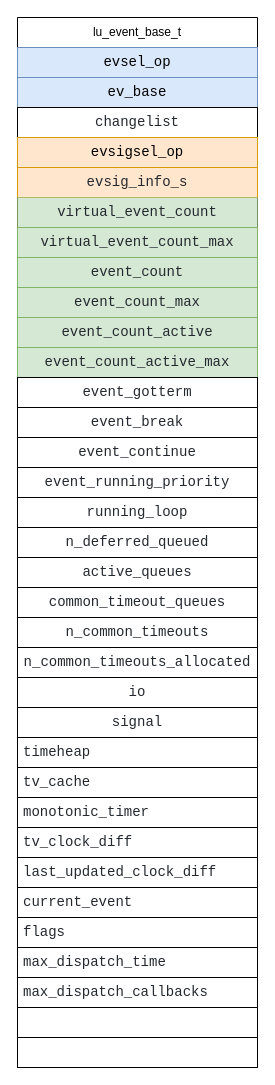
The draw.io diagram draw_image/lu_event_base_t.drawio in hesphoros/luevent, before the edit. Source tidied: cells renumbered, new cells numbered last; positions are measured from the earlier drawing's top-left corner, leaving out a move shared by most shapes. Both pictures are drawn from the tidied source at 100%, with x=0, y=0 at pixel (17, 17).
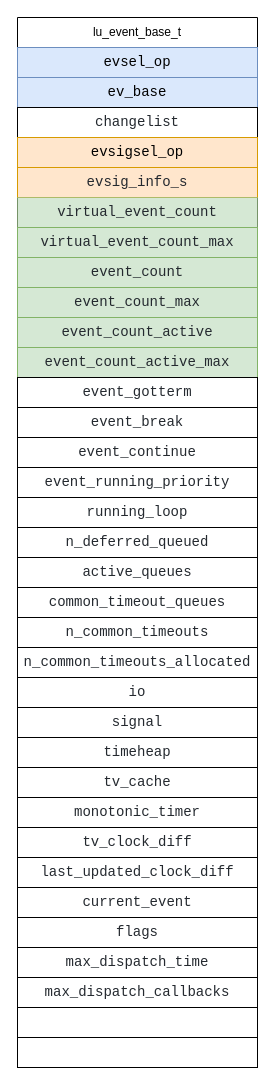
The same page after the edit.

The change refers to these unchanged cells:
```xml
<mxCell id="2" value="lu_event_base_t" style="swimlane;fontStyle=0;horizontal=1;startSize=30;whiteSpace=wrap;html=1;align=center;" parent="1" vertex="1">
  <mxGeometry width="240" height="1050" as="geometry" />
</mxCell>
```

Diff of the diagram source:
```diff
@@
-    <mxCell id="26" value="&lt;div style=&quot;color: rgb(36, 41, 47); font-family: &amp;quot;JetBrains Mono&amp;quot;, Consolas, &amp;quot;Courier New&amp;quot;, monospace; font-size: 14px; line-height: 19px;&quot;&gt;&lt;div style=&quot;line-height: 19px;&quot;&gt;&lt;div style=&quot;background-color: rgb(255, 255, 255); line-height: 19px;&quot;&gt;timeheap&lt;/div&gt;&lt;/div&gt;&lt;/div&gt;" style="text;align=left;verticalAlign=middle;spacingLeft=4;spacingRight=4;overflow=hidden;whiteSpace=wrap;html=1;labelBackgroundColor=none;strokeColor=default;" parent="2" vertex="1">
+    <mxCell id="26" value="&lt;div style=&quot;color: rgb(36, 41, 47); font-family: &amp;quot;JetBrains Mono&amp;quot;, Consolas, &amp;quot;Courier New&amp;quot;, monospace; font-size: 14px; line-height: 19px;&quot;&gt;&lt;div style=&quot;line-height: 19px;&quot;&gt;&lt;div style=&quot;background-color: rgb(255, 255, 255); line-height: 19px;&quot;&gt;timeheap&lt;/div&gt;&lt;/div&gt;&lt;/div&gt;" style="text;align=center;verticalAlign=middle;spacingLeft=4;spacingRight=4;overflow=hidden;whiteSpace=wrap;html=1;labelBackgroundColor=none;strokeColor=default;" parent="2" vertex="1">
       <mxGeometry y="720" width="240" height="30" as="geometry" />
     </mxCell>
-    <mxCell id="27" value="&lt;div style=&quot;color: rgb(36, 41, 47); font-family: &amp;quot;JetBrains Mono&amp;quot;, Consolas, &amp;quot;Courier New&amp;quot;, monospace; font-size: 14px; line-height: 19px;&quot;&gt;&lt;div style=&quot;line-height: 19px;&quot;&gt;&lt;div style=&quot;background-color: rgb(255, 255, 255); line-height: 19px;&quot;&gt;tv_cache&lt;/div&gt;&lt;/div&gt;&lt;/div&gt;" style="text;align=left;verticalAlign=middle;spacingLeft=4;spacingRight=4;overflow=hidden;whiteSpace=wrap;html=1;labelBackgroundColor=none;strokeColor=default;" parent="2" vertex="1">
+    <mxCell id="27" value="&lt;div style=&quot;color: rgb(36, 41, 47); font-family: &amp;quot;JetBrains Mono&amp;quot;, Consolas, &amp;quot;Courier New&amp;quot;, monospace; font-size: 14px; line-height: 19px;&quot;&gt;&lt;div style=&quot;line-height: 19px;&quot;&gt;&lt;div style=&quot;background-color: rgb(255, 255, 255); line-height: 19px;&quot;&gt;tv_cache&lt;/div&gt;&lt;/div&gt;&lt;/div&gt;" style="text;align=center;verticalAlign=middle;spacingLeft=4;spacingRight=4;overflow=hidden;whiteSpace=wrap;html=1;labelBackgroundColor=none;strokeColor=default;" parent="2" vertex="1">
       <mxGeometry y="750" width="240" height="30" as="geometry" />
     </mxCell>
-    <mxCell id="28" value="&lt;div style=&quot;color: rgb(36, 41, 47); font-family: &amp;quot;JetBrains Mono&amp;quot;, Consolas, &amp;quot;Courier New&amp;quot;, monospace; font-size: 14px; line-height: 19px;&quot;&gt;&lt;div style=&quot;line-height: 19px;&quot;&gt;&lt;div style=&quot;background-color: rgb(255, 255, 255); line-height: 19px;&quot;&gt;monotonic_timer&lt;/div&gt;&lt;/div&gt;&lt;/div&gt;" style="text;align=left;verticalAlign=middle;spacingLeft=4;spacingRight=4;overflow=hidden;whiteSpace=wrap;html=1;labelBackgroundColor=none;strokeColor=default;" parent="2" vertex="1">
+    <mxCell id="28" value="&lt;div style=&quot;color: rgb(36, 41, 47); font-family: &amp;quot;JetBrains Mono&amp;quot;, Consolas, &amp;quot;Courier New&amp;quot;, monospace; font-size: 14px; line-height: 19px;&quot;&gt;&lt;div style=&quot;line-height: 19px;&quot;&gt;&lt;div style=&quot;background-color: rgb(255, 255, 255); line-height: 19px;&quot;&gt;monotonic_timer&lt;/div&gt;&lt;/div&gt;&lt;/div&gt;" style="text;align=center;verticalAlign=middle;spacingLeft=4;spacingRight=4;overflow=hidden;whiteSpace=wrap;html=1;labelBackgroundColor=none;strokeColor=default;" parent="2" vertex="1">
       <mxGeometry y="780" width="240" height="30" as="geometry" />
     </mxCell>
-    <mxCell id="29" value="&lt;div style=&quot;color: rgb(36, 41, 47); font-family: &amp;quot;JetBrains Mono&amp;quot;, Consolas, &amp;quot;Courier New&amp;quot;, monospace; font-size: 14px; line-height: 19px;&quot;&gt;&lt;div style=&quot;line-height: 19px;&quot;&gt;&lt;div style=&quot;background-color: rgb(255, 255, 255); line-height: 19px;&quot;&gt;tv_clock_diff&lt;/div&gt;&lt;/div&gt;&lt;/div&gt;" style="text;align=left;verticalAlign=middle;spacingLeft=4;spacingRight=4;overflow=hidden;whiteSpace=wrap;html=1;labelBackgroundColor=none;strokeColor=default;" parent="2" vertex="1">
+    <mxCell id="29" value="&lt;div style=&quot;color: rgb(36, 41, 47); font-family: &amp;quot;JetBrains Mono&amp;quot;, Consolas, &amp;quot;Courier New&amp;quot;, monospace; font-size: 14px; line-height: 19px;&quot;&gt;&lt;div style=&quot;line-height: 19px;&quot;&gt;&lt;div style=&quot;background-color: rgb(255, 255, 255); line-height: 19px;&quot;&gt;tv_clock_diff&lt;/div&gt;&lt;/div&gt;&lt;/div&gt;" style="text;align=center;verticalAlign=middle;spacingLeft=4;spacingRight=4;overflow=hidden;whiteSpace=wrap;html=1;labelBackgroundColor=none;strokeColor=default;" parent="2" vertex="1">
       <mxGeometry y="810" width="240" height="30" as="geometry" />
     </mxCell>
-    <mxCell id="30" value="&lt;div style=&quot;color: rgb(36, 41, 47); font-family: &amp;quot;JetBrains Mono&amp;quot;, Consolas, &amp;quot;Courier New&amp;quot;, monospace; font-size: 14px; line-height: 19px;&quot;&gt;&lt;div style=&quot;line-height: 19px;&quot;&gt;&lt;div style=&quot;background-color: rgb(255, 255, 255); line-height: 19px;&quot;&gt;last_updated_clock_diff&lt;/div&gt;&lt;/div&gt;&lt;/div&gt;" style="text;align=left;verticalAlign=middle;spacingLeft=4;spacingRight=4;overflow=hidden;whiteSpace=wrap;html=1;labelBackgroundColor=none;strokeColor=default;" parent="2" vertex="1">
+    <mxCell id="30" value="&lt;div style=&quot;color: rgb(36, 41, 47); font-family: &amp;quot;JetBrains Mono&amp;quot;, Consolas, &amp;quot;Courier New&amp;quot;, monospace; font-size: 14px; line-height: 19px;&quot;&gt;&lt;div style=&quot;line-height: 19px;&quot;&gt;&lt;div style=&quot;background-color: rgb(255, 255, 255); line-height: 19px;&quot;&gt;last_updated_clock_diff&lt;/div&gt;&lt;/div&gt;&lt;/div&gt;" style="text;align=center;verticalAlign=middle;spacingLeft=4;spacingRight=4;overflow=hidden;whiteSpace=wrap;html=1;labelBackgroundColor=none;strokeColor=default;" parent="2" vertex="1">
       <mxGeometry y="840" width="240" height="30" as="geometry" />
     </mxCell>
-    <mxCell id="31" value="&lt;div style=&quot;color: rgb(36, 41, 47); font-family: &amp;quot;JetBrains Mono&amp;quot;, Consolas, &amp;quot;Courier New&amp;quot;, monospace; font-size: 14px; line-height: 19px;&quot;&gt;&lt;div style=&quot;line-height: 19px;&quot;&gt;&lt;div style=&quot;background-color: rgb(255, 255, 255); line-height: 19px;&quot;&gt;current_event&lt;/div&gt;&lt;/div&gt;&lt;/div&gt;" style="text;align=left;verticalAlign=middle;spacingLeft=4;spacingRight=4;overflow=hidden;whiteSpace=wrap;html=1;labelBackgroundColor=none;strokeColor=default;" parent="2" vertex="1">
+    <mxCell id="31" value="&lt;div style=&quot;color: rgb(36, 41, 47); font-family: &amp;quot;JetBrains Mono&amp;quot;, Consolas, &amp;quot;Courier New&amp;quot;, monospace; font-size: 14px; line-height: 19px;&quot;&gt;&lt;div style=&quot;line-height: 19px;&quot;&gt;&lt;div style=&quot;background-color: rgb(255, 255, 255); line-height: 19px;&quot;&gt;current_event&lt;/div&gt;&lt;/div&gt;&lt;/div&gt;" style="text;align=center;verticalAlign=middle;spacingLeft=4;spacingRight=4;overflow=hidden;whiteSpace=wrap;html=1;labelBackgroundColor=none;strokeColor=default;" parent="2" vertex="1">
       <mxGeometry y="870" width="240" height="30" as="geometry" />
     </mxCell>
-    <mxCell id="32" value="&lt;div style=&quot;color: rgb(36, 41, 47); font-family: &amp;quot;JetBrains Mono&amp;quot;, Consolas, &amp;quot;Courier New&amp;quot;, monospace; font-size: 14px; line-height: 19px;&quot;&gt;&lt;div style=&quot;line-height: 19px;&quot;&gt;&lt;div style=&quot;background-color: rgb(255, 255, 255); line-height: 19px;&quot;&gt;flags&lt;/div&gt;&lt;/div&gt;&lt;/div&gt;" style="text;align=left;verticalAlign=middle;spacingLeft=4;spacingRight=4;overflow=hidden;whiteSpace=wrap;html=1;labelBackgroundColor=none;strokeColor=default;" parent="2" vertex="1">
+    <mxCell id="32" value="&lt;div style=&quot;color: rgb(36, 41, 47); font-family: &amp;quot;JetBrains Mono&amp;quot;, Consolas, &amp;quot;Courier New&amp;quot;, monospace; font-size: 14px; line-height: 19px;&quot;&gt;&lt;div style=&quot;line-height: 19px;&quot;&gt;&lt;div style=&quot;background-color: rgb(255, 255, 255); line-height: 19px;&quot;&gt;flags&lt;/div&gt;&lt;/div&gt;&lt;/div&gt;" style="text;align=center;verticalAlign=middle;spacingLeft=4;spacingRight=4;overflow=hidden;whiteSpace=wrap;html=1;labelBackgroundColor=none;strokeColor=default;" parent="2" vertex="1">
       <mxGeometry y="900" width="240" height="30" as="geometry" />
     </mxCell>
-    <mxCell id="33" value="&lt;div style=&quot;color: rgb(36, 41, 47); font-family: &amp;quot;JetBrains Mono&amp;quot;, Consolas, &amp;quot;Courier New&amp;quot;, monospace; font-size: 14px; line-height: 19px;&quot;&gt;&lt;div style=&quot;line-height: 19px;&quot;&gt;&lt;div style=&quot;background-color: rgb(255, 255, 255); line-height: 19px;&quot;&gt;max_dispatch_time&lt;/div&gt;&lt;/div&gt;&lt;/div&gt;" style="text;align=left;verticalAlign=middle;spacingLeft=4;spacingRight=4;overflow=hidden;whiteSpace=wrap;html=1;labelBackgroundColor=none;strokeColor=default;" parent="2" vertex="1">
+    <mxCell id="33" value="&lt;div style=&quot;color: rgb(36, 41, 47); font-family: &amp;quot;JetBrains Mono&amp;quot;, Consolas, &amp;quot;Courier New&amp;quot;, monospace; font-size: 14px; line-height: 19px;&quot;&gt;&lt;div style=&quot;line-height: 19px;&quot;&gt;&lt;div style=&quot;background-color: rgb(255, 255, 255); line-height: 19px;&quot;&gt;max_dispatch_time&lt;/div&gt;&lt;/div&gt;&lt;/div&gt;" style="text;align=center;verticalAlign=middle;spacingLeft=4;spacingRight=4;overflow=hidden;whiteSpace=wrap;html=1;labelBackgroundColor=none;strokeColor=default;" parent="2" vertex="1">
       <mxGeometry y="930" width="240" height="30" as="geometry" />
     </mxCell>
-    <mxCell id="34" value="&lt;div style=&quot;color: rgb(36, 41, 47); font-family: &amp;quot;JetBrains Mono&amp;quot;, Consolas, &amp;quot;Courier New&amp;quot;, monospace; font-size: 14px; line-height: 19px;&quot;&gt;&lt;div style=&quot;line-height: 19px;&quot;&gt;&lt;div style=&quot;background-color: rgb(255, 255, 255); line-height: 19px;&quot;&gt;max_dispatch_callbacks&lt;/div&gt;&lt;/div&gt;&lt;/div&gt;" style="text;align=left;verticalAlign=middle;spacingLeft=4;spacingRight=4;overflow=hidden;whiteSpace=wrap;html=1;labelBackgroundColor=none;strokeColor=default;" parent="2" vertex="1">
+    <mxCell id="34" value="&lt;div style=&quot;color: rgb(36, 41, 47); font-family: &amp;quot;JetBrains Mono&amp;quot;, Consolas, &amp;quot;Courier New&amp;quot;, monospace; font-size: 14px; line-height: 19px;&quot;&gt;&lt;div style=&quot;line-height: 19px;&quot;&gt;&lt;div style=&quot;background-color: rgb(255, 255, 255); line-height: 19px;&quot;&gt;max_dispatch_callbacks&lt;/div&gt;&lt;/div&gt;&lt;/div&gt;" style="text;align=center;verticalAlign=middle;spacingLeft=4;spacingRight=4;overflow=hidden;whiteSpace=wrap;html=1;labelBackgroundColor=none;strokeColor=default;" parent="2" vertex="1">
       <mxGeometry y="960" width="240" height="30" as="geometry" />
     </mxCell>
```
